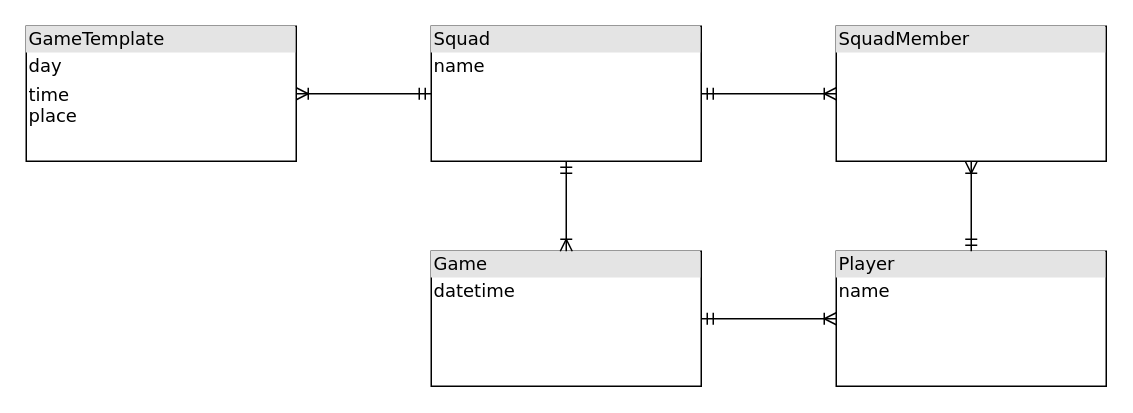
The draw.io diagram Untitled Diagram.drawio in aslakhellesoy/unpredictabletank, before the edit. Source tidied: cells renumbered, new cells numbered last; positions are measured from the earlier drawing's top-left corner, leaving out a move shared by most shapes. Both pictures are drawn from the tidied source at 150%, with x=0, y=0 at pixel (26, 26).
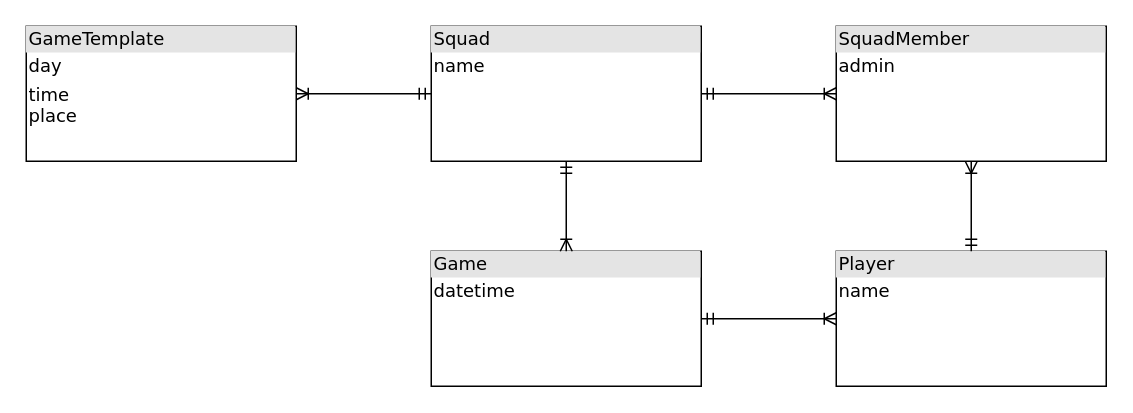
After the change.

Change to the diagram source:
```diff
@@
 <mxGraphModel>
   <root>
     <mxCell id="0" />
     <mxCell id="1" parent="0" />
     <mxCell id="2" value="&lt;div style=&quot;box-sizing: border-box ; width: 100% ; background: #e4e4e4 ; padding: 2px&quot;&gt;Squad&lt;/div&gt;&lt;table style=&quot;width: 100% ; font-size: 1em&quot; cellspacing=&quot;0&quot; cellpadding=&quot;2&quot;&gt;&lt;tbody&gt;&lt;tr&gt;&lt;td&gt;name&lt;br&gt;&lt;br&gt;&lt;/td&gt;&lt;td&gt;&lt;br&gt;&lt;/td&gt;&lt;/tr&gt;&lt;tr&gt;&lt;td&gt;&lt;br&gt;&lt;/td&gt;&lt;td&gt;&lt;br&gt;&lt;/td&gt;&lt;/tr&gt;&lt;tr&gt;&lt;td&gt;&lt;br&gt;&lt;/td&gt;&lt;td&gt;&lt;br&gt;&lt;/td&gt;&lt;/tr&gt;&lt;/tbody&gt;&lt;/table&gt;" style="verticalAlign=top;align=left;overflow=fill;html=1;rounded=0;shadow=0;comic=0;labelBackgroundColor=none;strokeWidth=1;fontFamily=Verdana;fontSize=12;" parent="1" vertex="1">
       <mxGeometry x="270" width="180" height="90" as="geometry" />
     </mxCell>
     <mxCell id="3" style="edgeStyle=orthogonalEdgeStyle;html=1;entryX=0.5;entryY=0;dashed=1;labelBackgroundColor=none;startArrow=ERmandOne;endArrow=ERoneToMany;fontFamily=Verdana;fontSize=12;align=left;" parent="1" edge="1">
       <mxGeometry relative="1" as="geometry">
         <mxPoint x="620" y="90" as="sourcePoint" />
       </mxGeometry>
     </mxCell>
     <mxCell id="4" value="&lt;div style=&quot;box-sizing: border-box ; width: 100% ; background: #e4e4e4 ; padding: 2px&quot;&gt;Game&lt;/div&gt;&lt;table style=&quot;width: 100% ; font-size: 1em&quot; cellspacing=&quot;0&quot; cellpadding=&quot;2&quot;&gt;&lt;tbody&gt;&lt;tr&gt;&lt;td&gt;datetime&lt;/td&gt;&lt;td&gt;&lt;br&gt;&lt;/td&gt;&lt;/tr&gt;&lt;tr&gt;&lt;td&gt;&lt;br&gt;&lt;/td&gt;&lt;td&gt;&lt;br&gt;&lt;/td&gt;&lt;/tr&gt;&lt;tr&gt;&lt;td&gt;&lt;br&gt;&lt;/td&gt;&lt;td&gt;&lt;br&gt;&lt;/td&gt;&lt;/tr&gt;&lt;/tbody&gt;&lt;/table&gt;" style="verticalAlign=top;align=left;overflow=fill;html=1;rounded=0;shadow=0;comic=0;labelBackgroundColor=none;strokeWidth=1;fontFamily=Verdana;fontSize=12;" parent="1" vertex="1">
       <mxGeometry x="270" y="150" width="180" height="90" as="geometry" />
     </mxCell>
     <mxCell id="5" style="edgeStyle=orthogonalEdgeStyle;html=1;entryX=0.5;entryY=0;dashed=1;labelBackgroundColor=none;startArrow=ERmandOne;endArrow=ERoneToMany;fontFamily=Verdana;fontSize=12;align=left;" parent="1" edge="1">
       <mxGeometry relative="1" as="geometry">
         <mxPoint x="810" y="310" as="sourcePoint" />
       </mxGeometry>
     </mxCell>
     <mxCell id="6" style="edgeStyle=orthogonalEdgeStyle;html=1;endArrow=ERoneToMany;startArrow=ERmandOne;labelBackgroundColor=none;fontFamily=Verdana;fontSize=12;align=left;" parent="1" edge="1" source="2" target="4">
       <mxGeometry relative="1" as="geometry" />
     </mxCell>
-    <mxCell id="7" value="&lt;div style=&quot;box-sizing: border-box ; width: 100% ; background: #e4e4e4 ; padding: 2px&quot;&gt;SquadMember&lt;/div&gt;&lt;table style=&quot;width: 100% ; font-size: 1em&quot; cellspacing=&quot;0&quot; cellpadding=&quot;2&quot;&gt;&lt;tbody&gt;&lt;tr&gt;&lt;td&gt;&lt;br&gt;&lt;/td&gt;&lt;td&gt;&lt;br&gt;&lt;/td&gt;&lt;/tr&gt;&lt;tr&gt;&lt;td&gt;&lt;br&gt;&lt;/td&gt;&lt;td&gt;&lt;br&gt;&lt;/td&gt;&lt;/tr&gt;&lt;tr&gt;&lt;td&gt;&lt;br&gt;&lt;/td&gt;&lt;td&gt;&lt;br&gt;&lt;/td&gt;&lt;/tr&gt;&lt;/tbody&gt;&lt;/table&gt;" style="verticalAlign=top;align=left;overflow=fill;html=1;rounded=0;shadow=0;comic=0;labelBackgroundColor=none;strokeWidth=1;fontFamily=Verdana;fontSize=12;" parent="1" vertex="1">
+    <mxCell id="7" value="&lt;div style=&quot;box-sizing: border-box ; width: 100% ; background: #e4e4e4 ; padding: 2px&quot;&gt;SquadMember&lt;/div&gt;&lt;table style=&quot;width: 100% ; font-size: 1em&quot; cellspacing=&quot;0&quot; cellpadding=&quot;2&quot;&gt;&lt;tbody&gt;&lt;tr&gt;&lt;td&gt;admin&lt;br&gt;&lt;/td&gt;&lt;td&gt;&lt;br&gt;&lt;/td&gt;&lt;/tr&gt;&lt;tr&gt;&lt;td&gt;&lt;br&gt;&lt;/td&gt;&lt;td&gt;&lt;br&gt;&lt;/td&gt;&lt;/tr&gt;&lt;tr&gt;&lt;td&gt;&lt;br&gt;&lt;/td&gt;&lt;td&gt;&lt;br&gt;&lt;/td&gt;&lt;/tr&gt;&lt;/tbody&gt;&lt;/table&gt;" style="verticalAlign=top;align=left;overflow=fill;html=1;rounded=0;shadow=0;comic=0;labelBackgroundColor=none;strokeWidth=1;fontFamily=Verdana;fontSize=12;" parent="1" vertex="1">
       <mxGeometry x="540" width="180" height="90" as="geometry" />
     </mxCell>
     <mxCell id="8" style="edgeStyle=orthogonalEdgeStyle;html=1;endArrow=ERoneToMany;startArrow=ERmandOne;labelBackgroundColor=none;fontFamily=Verdana;fontSize=12;align=left;exitX=1;exitY=0.5;entryX=0;entryY=0.5;exitDx=0;exitDy=0;entryDx=0;entryDy=0;" parent="1" edge="1" source="2" target="7">
       <mxGeometry relative="1" as="geometry" />
     </mxCell>
     <mxCell id="9" value="&lt;div style=&quot;box-sizing: border-box ; width: 100% ; background: #e4e4e4 ; padding: 2px&quot;&gt;Player&lt;/div&gt;&lt;table style=&quot;width: 100% ; font-size: 1em&quot; cellspacing=&quot;0&quot; cellpadding=&quot;2&quot;&gt;&lt;tbody&gt;&lt;tr&gt;&lt;td&gt;name&lt;/td&gt;&lt;td&gt;&lt;br&gt;&lt;/td&gt;&lt;/tr&gt;&lt;tr&gt;&lt;td&gt;&lt;br&gt;&lt;/td&gt;&lt;td&gt;&lt;br&gt;&lt;/td&gt;&lt;/tr&gt;&lt;tr&gt;&lt;td&gt;&lt;br&gt;&lt;/td&gt;&lt;td&gt;&lt;br&gt;&lt;/td&gt;&lt;/tr&gt;&lt;/tbody&gt;&lt;/table&gt;" style="verticalAlign=top;align=left;overflow=fill;html=1;rounded=0;shadow=0;comic=0;labelBackgroundColor=none;strokeWidth=1;fontFamily=Verdana;fontSize=12;" parent="1" vertex="1">
       <mxGeometry x="540" y="150" width="180" height="90" as="geometry" />
     </mxCell>
     <mxCell id="10" style="edgeStyle=orthogonalEdgeStyle;html=1;endArrow=ERoneToMany;startArrow=ERmandOne;labelBackgroundColor=none;fontFamily=Verdana;fontSize=12;align=left;exitX=0.5;exitY=0;entryX=0.5;entryY=1;exitDx=0;exitDy=0;entryDx=0;entryDy=0;" parent="1" edge="1" source="9" target="7">
       <mxGeometry relative="1" as="geometry" />
     </mxCell>
     <mxCell id="11" value="&lt;div style=&quot;box-sizing: border-box ; width: 100% ; background: #e4e4e4 ; padding: 2px&quot;&gt;GameTemplate&lt;/div&gt;&lt;table style=&quot;width: 100% ; font-size: 1em&quot; cellspacing=&quot;0&quot; cellpadding=&quot;2&quot;&gt;&lt;tbody&gt;&lt;tr&gt;&lt;td&gt;day&lt;/td&gt;&lt;td&gt;&lt;br&gt;&lt;/td&gt;&lt;/tr&gt;&lt;tr&gt;&lt;td&gt;time&lt;br&gt;place&lt;br&gt;&lt;/td&gt;&lt;td&gt;&lt;br&gt;&lt;/td&gt;&lt;/tr&gt;&lt;tr&gt;&lt;td&gt;&lt;br&gt;&lt;/td&gt;&lt;td&gt;&lt;br&gt;&lt;/td&gt;&lt;/tr&gt;&lt;/tbody&gt;&lt;/table&gt;" style="verticalAlign=top;align=left;overflow=fill;html=1;rounded=0;shadow=0;comic=0;labelBackgroundColor=none;strokeWidth=1;fontFamily=Verdana;fontSize=12;" parent="1" vertex="1">
       <mxGeometry width="180" height="90" as="geometry" />
     </mxCell>
     <mxCell id="12" style="edgeStyle=orthogonalEdgeStyle;html=1;endArrow=ERoneToMany;startArrow=ERmandOne;labelBackgroundColor=none;fontFamily=Verdana;fontSize=12;align=left;" parent="1" edge="1" source="2" target="11">
       <mxGeometry relative="1" as="geometry" />
     </mxCell>
     <mxCell id="13" style="edgeStyle=orthogonalEdgeStyle;html=1;endArrow=ERoneToMany;startArrow=ERmandOne;labelBackgroundColor=none;fontFamily=Verdana;fontSize=12;align=left;" parent="1" edge="1" source="4" target="9">
       <mxGeometry relative="1" as="geometry" />
     </mxCell>
   </root>
 </mxGraphModel>
```
